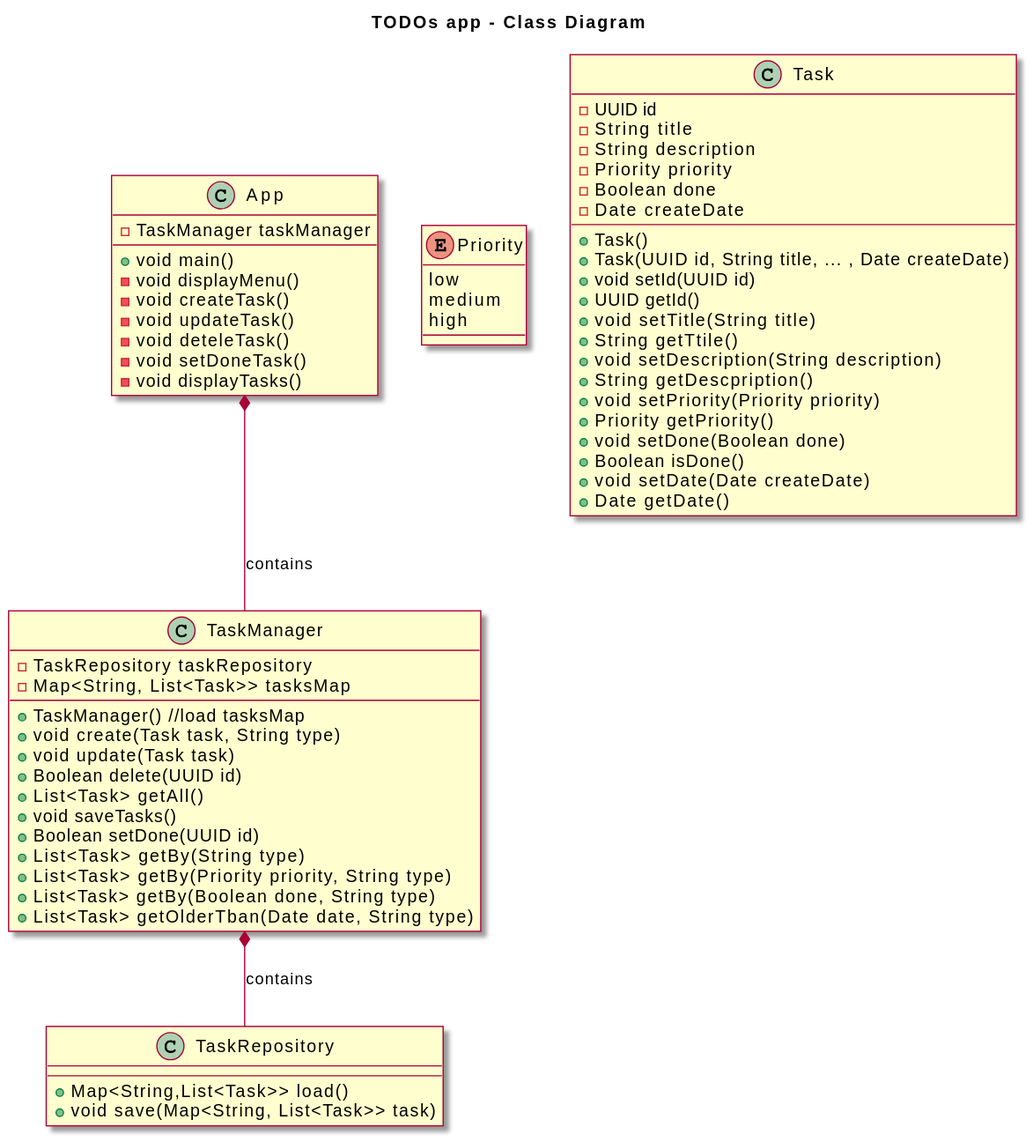
Above: docs/AppClassDiagram.svg in GeorgeFreelanceDeveloper/TODOs (PlantUML), before the change.
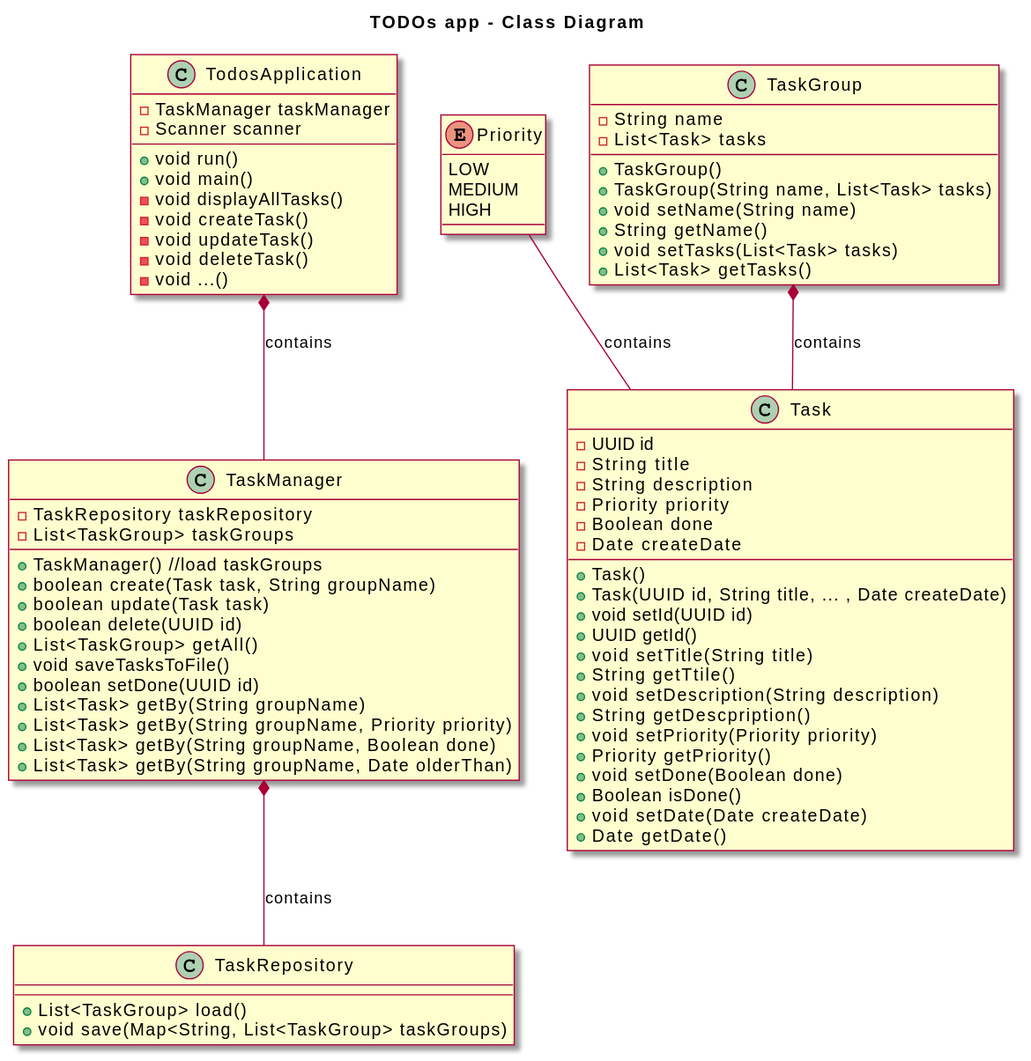
Later version of the same file.

Commit message:
Updated class diagram

Diff of the diagram source:
```diff
@@ -3,21 +3,22 @@
 
 title TODOs app - Class Diagram
 
-class App {
+class TodosApplication {
   -TaskManager taskManager
+  -Scanner scanner
+  + void run()
   + void main()
-  - void displayMenu()
+  - void displayAllTasks()
   - void createTask()
   - void updateTask()
-  - void deteleTask()
-  - void setDoneTask()
-  - void displayTasks()
+  - void deleteTask()
+  - void ...()
 }
 
 enum Priority {
-  low
-  medium
-  high
+  LOW
+  MEDIUM
+  HIGH
 }
 
 class Task{
@@ -43,28 +44,41 @@
   +Date getDate()
 }
 
+class TaskGroup{
+    -String name
+    -List<Task> tasks
+    +TaskGroup()
+    +TaskGroup(String name, List<Task> tasks)
+    +void setName(String name)
+    +String getName()
+    +void setTasks(List<Task> tasks)
+    +List<Task> getTasks()
+}
+
 class TaskManager{
   -TaskRepository taskRepository
-  -Map<String, List<Task>> tasksMap
-  +TaskManager() //load tasksMap
-  +void create(Task task, String type)
-  +void update(Task task)
-  +Boolean delete(UUID id)
-  +List<Task> getAll()
-  +void saveTasks()
-  +Boolean setDone(UUID id)
-  +List<Task> getBy(String type)
-  +List<Task> getBy(Priority priority, String type)
-  +List<Task> getBy(Boolean done, String type)
-  +List<Task> getOlderTban(Date date, String type)
+  -List<TaskGroup> taskGroups
+  +TaskManager() //load taskGroups
+  +boolean create(Task task, String groupName)
+  +boolean update(Task task)
+  +boolean delete(UUID id)
+  +List<TaskGroup> getAll()
+  +void saveTasksToFile()
+  +boolean setDone(UUID id)
+  +List<Task> getBy(String groupName)
+  +List<Task> getBy(String groupName, Priority priority)
+  +List<Task> getBy(String groupName, Boolean done)
+  +List<Task> getBy(String groupName, Date olderThan)
 
 }
 
 class TaskRepository{
-  +Map<String,List<Task>> load()
-  +void save(Map<String, List<Task>> task)
+  +List<TaskGroup> load()
+  +void save(Map<String, List<TaskGroup> taskGroups)
 }
 
-App *-- TaskManager: contains
+TodosApplication *-- TaskManager: contains
 TaskManager *-- TaskRepository : contains
+TaskGroup *-- Task : contains
+Priority -- Task: contains
 @enduml
```
